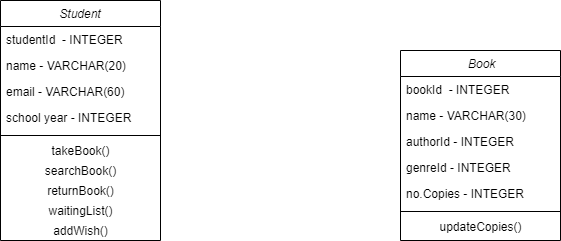
aaron1brooker/databaseassignment keeps this draw.io diagram as libary.png. Above is the earlier version. Source tidied: cells renumbered, new cells last; positions are measured from the earlier drawing's top-left corner, leaving out a move shared by most shapes.
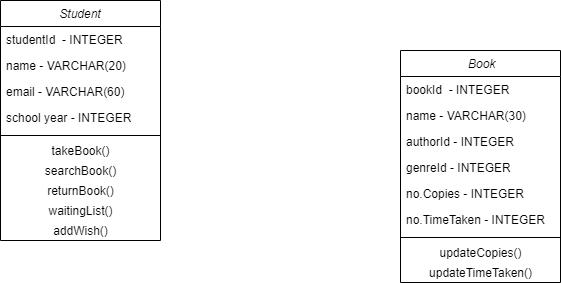
Later version of the same file.

What changed in the source:
```diff
@@ -36,7 +36,7 @@
       <mxGeometry y="220" width="160" height="20" as="geometry" />
     </mxCell>
     <mxCell id="13" value=" Book" style="swimlane;fontStyle=2;align=center;verticalAlign=top;horizontal=1;startSize=26;rounded=0;shadow=0;strokeWidth=1;" parent="1" vertex="1">
-      <mxGeometry x="400" y="50" width="160" height="190" as="geometry" />
+      <mxGeometry x="400" y="50" width="160" height="232" as="geometry" />
     </mxCell>
     <mxCell id="14" value="bookId  - INTEGER" style="text;align=left;verticalAlign=top;spacingLeft=4;spacingRight=4;overflow=hidden;" parent="13" vertex="1">
       <mxGeometry y="26" width="160" height="26" as="geometry" />
@@ -53,11 +53,17 @@
     <mxCell id="18" value="no.Copies - INTEGER" style="text;align=left;verticalAlign=top;spacingLeft=4;spacingRight=4;overflow=hidden;rounded=0;shadow=0;html=0;" parent="13" vertex="1">
       <mxGeometry y="130" width="160" height="26" as="geometry" />
     </mxCell>
+    <mxCell id="21" value="no.TimeTaken - INTEGER" style="text;align=left;verticalAlign=top;spacingLeft=4;spacingRight=4;overflow=hidden;rounded=0;shadow=0;html=0;" parent="13" vertex="1">
+      <mxGeometry y="156" width="160" height="26" as="geometry" />
+    </mxCell>
     <mxCell id="19" style="line;html=1;strokeWidth=1;align=left;verticalAlign=middle;spacingTop=-1;spacingLeft=3;spacingRight=3;labelPosition=right;" parent="13" vertex="1">
-      <mxGeometry y="156" width="160" height="10" as="geometry" />
+      <mxGeometry y="182" width="160" height="10" as="geometry" />
     </mxCell>
     <mxCell id="20" value="updateCopies()" style="text;html=1;align=center;verticalAlign=middle;strokeColor=none;fillColor=none;" parent="13" vertex="1">
-      <mxGeometry y="166" width="160" height="20" as="geometry" />
+      <mxGeometry y="192" width="160" height="20" as="geometry" />
     </mxCell>
+    <mxCell id="22" value="updateTimeTaken()" style="text;html=1;align=center;verticalAlign=middle;strokeColor=none;fillColor=none;" parent="13" vertex="1">
+      <mxGeometry y="212" width="160" height="20" as="geometry" />
+    </mxCell>
   </root>
 </mxGraphModel>
```
